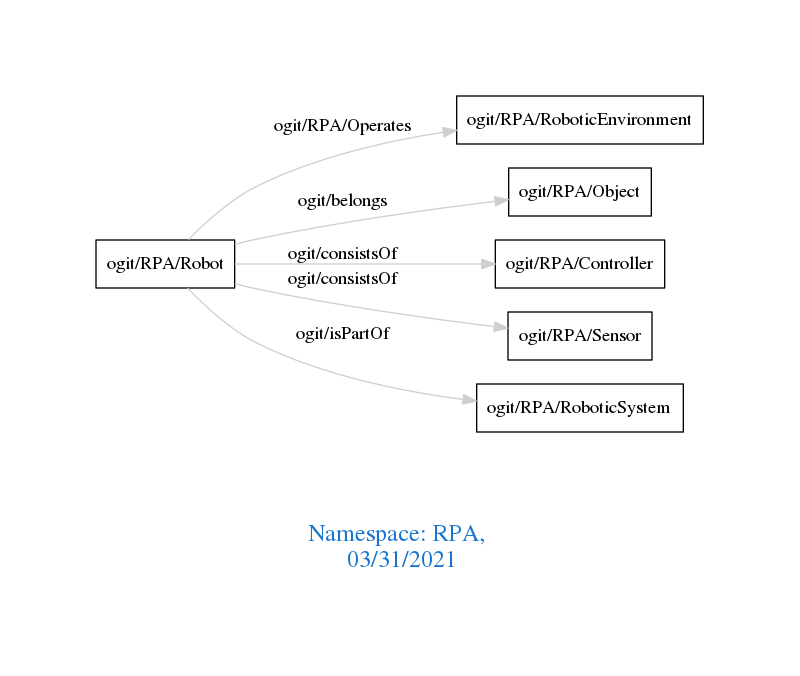
Above: downloads/RPA.png in arago/OGIT (Graphviz), before the change. Its source is kept beside it as downloads/RPA.dot.
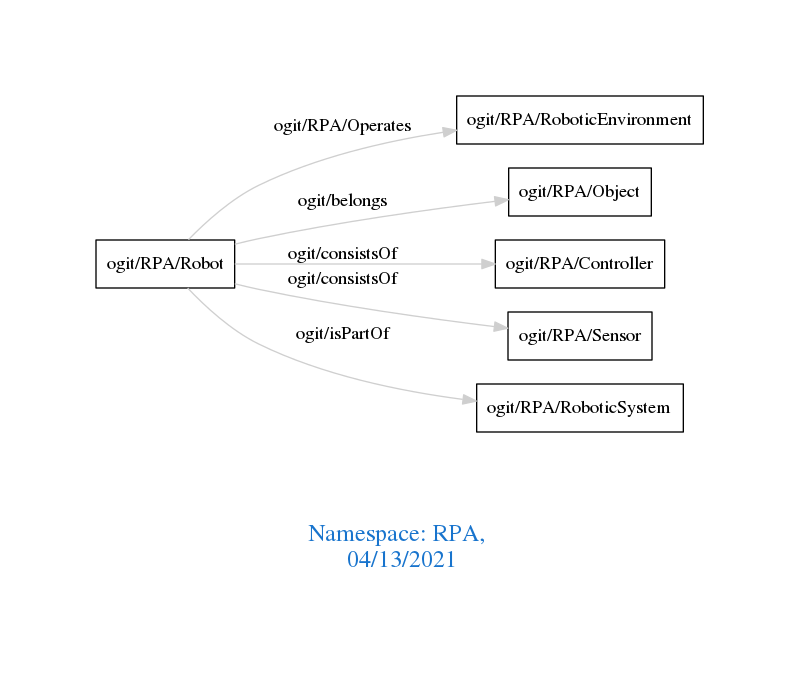
The same diagram one commit later.

The edit, as a diff of the source:
```diff
@@ -1,7 +1,7 @@
 digraph OGIT_ontology {
  graph [ rankdir= LR,pad=1
 fontsize = 18,
-fontcolor= dodgerblue3,label = "\n\n\nNamespace: RPA, \n 03/31/2021"];
+fontcolor= dodgerblue3,label = "\n\n\nNamespace: RPA, \n 04/13/2021"];
 node[shape=polygon];
 edge [  color="gray81"];
 
```
